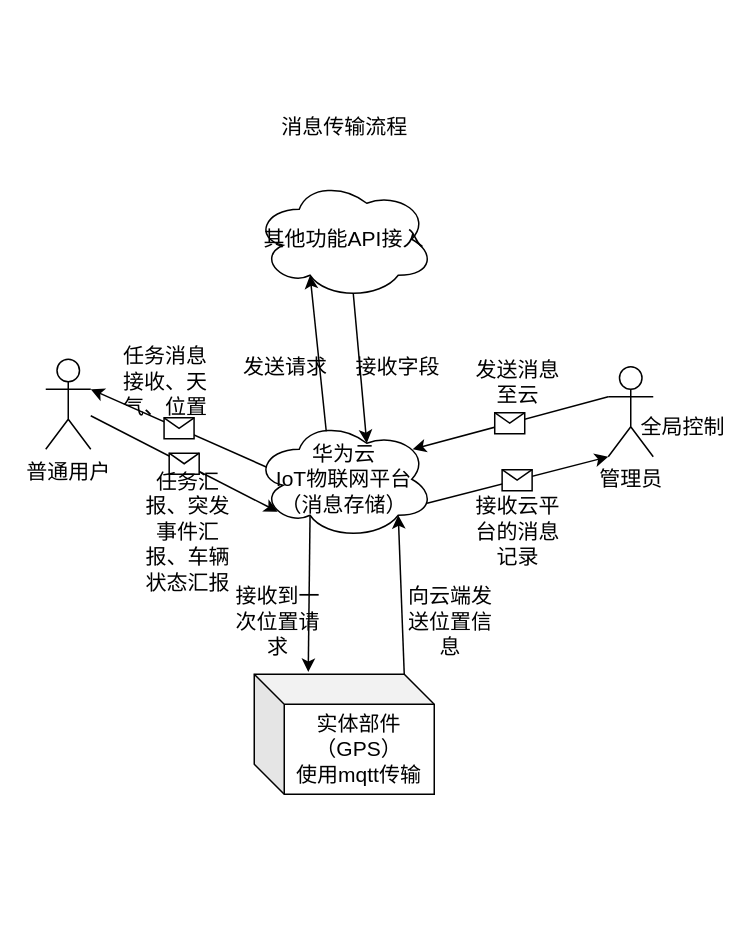
Corkedmzx/-airport-vehicle-system keeps this draw.io diagram as page "消息传输流程" (9 of 22) of 汽车管理系统位图.drawio. Above is the earlier version. Source tidied: cells renumbered, new cells numbered last; positions are measured from the earlier drawing's top-left corner, leaving out a move shared by most shapes. Both pictures are drawn from the tidied source at 150%, with x=0, y=0 at pixel (45, 104).
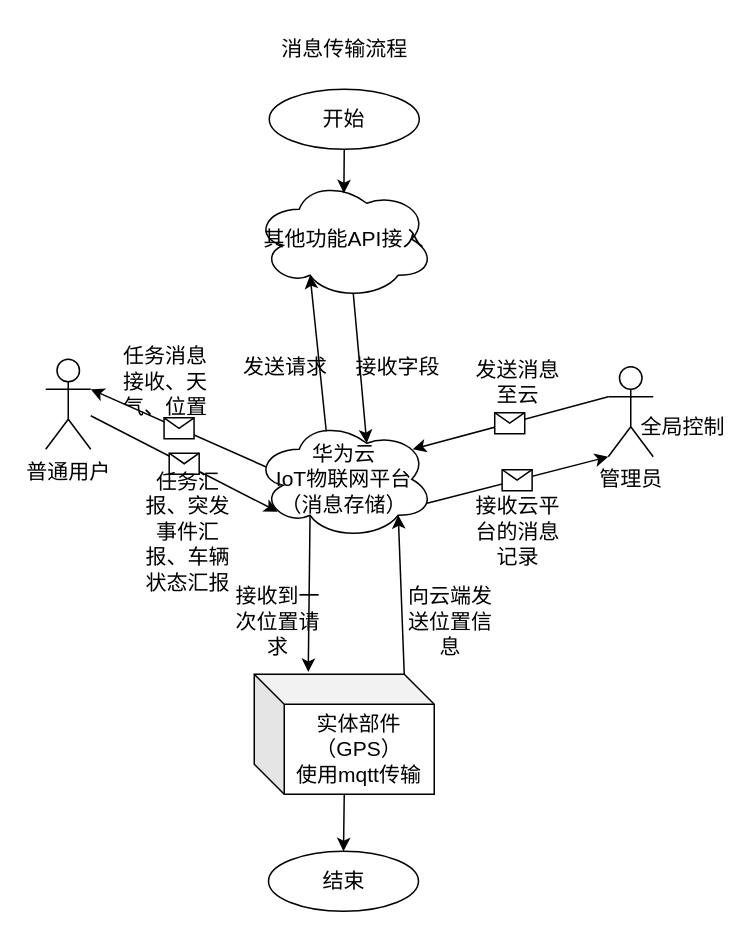
After the change.

Unchanged cells that the change refers to:
```xml
<mxCell id="10" value="&lt;div&gt;其他功能API接入&lt;/div&gt;" style="ellipse;shape=cloud;whiteSpace=wrap;html=1;fontSize=14;" parent="1" vertex="1">
  <mxGeometry x="139" y="50" width="120" height="80" as="geometry" />
</mxCell>
<mxCell id="22" value="实体部件（GPS）&lt;br&gt;使用mqtt传输" style="shape=cube;whiteSpace=wrap;html=1;boundedLbl=1;backgroundOutline=1;darkOpacity=0.05;darkOpacity2=0.1;fontSize=14;" parent="1" vertex="1">
  <mxGeometry x="139" y="380" width="120" height="80" as="geometry" />
</mxCell>
```

Change to the diagram source:
```diff
@@
+    <mxCell id="29" value="开始" style="ellipse;whiteSpace=wrap;html=1;fontSize=14;" parent="1" vertex="1">
+      <mxGeometry x="149" y="-10" width="100" height="40" as="geometry" />
+    </mxCell>
+    <mxCell id="30" value="结束" style="ellipse;whiteSpace=wrap;html=1;fontSize=14;" parent="1" vertex="1">
+      <mxGeometry x="148.5" y="498" width="100" height="40" as="geometry" />
+    </mxCell>
+    <mxCell id="31" style="edgeStyle=orthogonalEdgeStyle;rounded=0;jettySize=auto;html=1;fontSize=14;exitX=0.5;exitY=1;exitDx=0;exitDy=0;entryX=0.5;entryY=0;entryDx=0;entryDy=0;" parent="1" edge="1" source="22" target="30">
+      <mxGeometry relative="1" as="geometry" />
+    </mxCell>
@@
     <mxCell id="28" value="消息传输流程" style="text;html=1;whiteSpace=wrap;strokeColor=none;fillColor=none;align=center;verticalAlign=middle;rounded=0;fontSize=14;" parent="1" vertex="1">
-      <mxGeometry x="148.5" width="101" height="30" as="geometry" />
+      <mxGeometry x="149" y="-52" width="101" height="30" as="geometry" />
     </mxCell>
+    <mxCell id="32" style="edgeStyle=orthogonalEdgeStyle;rounded=0;jettySize=auto;html=1;exitX=0.5;exitY=1;exitDx=0;exitDy=0;entryX=0.498;entryY=0.117;entryDx=0;entryDy=0;entryPerimeter=0;" parent="1" edge="1" source="29" target="10">
+      <mxGeometry relative="1" as="geometry" />
+    </mxCell>
```
